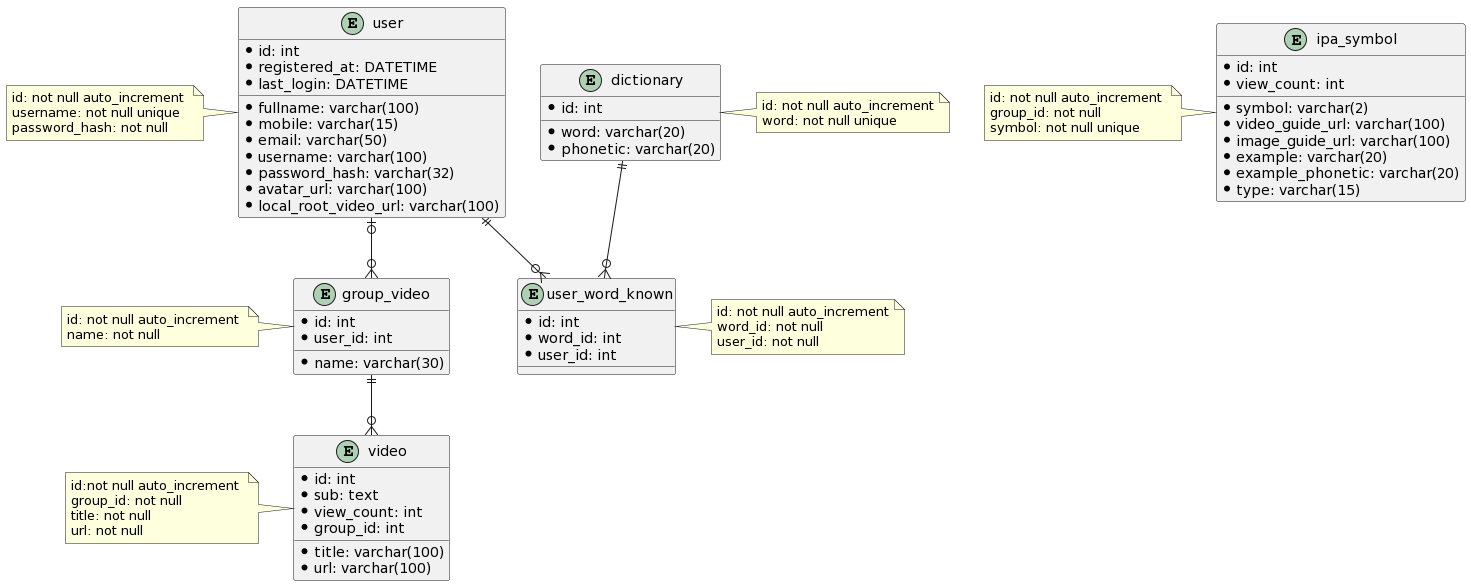
quynhphungvn/self-management keeps this PlantUML diagram as design/docs/db/entity.png. Above is the earlier version.
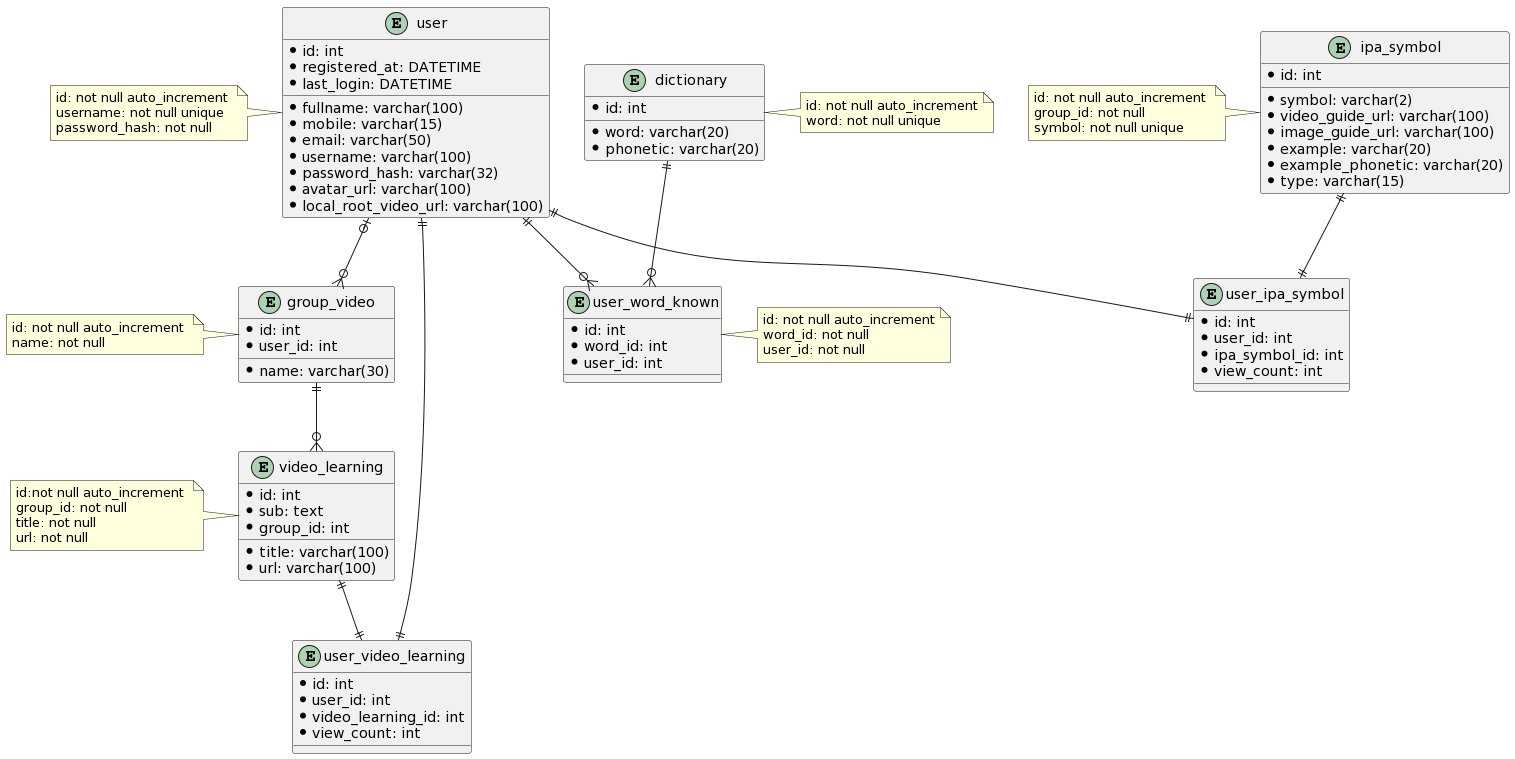
After the commit.

Change to the diagram source:
```diff
@@ -1,9 +1,8 @@
 @startuml
-entity video {
+entity video_learning {
 *id: int
 *title: varchar(100)
 *sub: text
-*view_count: int
 *url: varchar(100)
 *group_id: int
 }
@@ -24,6 +23,18 @@
 *avatar_url: varchar(100)
 *local_root_video_url: varchar(100)
 }
+entity user_ipa_symbol {
+*id: int
+*user_id: int
+*ipa_symbol_id: int
+*view_count: int
+}
+entity user_video_learning {
+*id: int
+*user_id: int
+*video_learning_id: int
+*view_count: int
+}
 entity dictionary {
 *id: int
 *word: varchar(20)
@@ -42,19 +53,21 @@
 *example: varchar(20)
 *example_phonetic: varchar(20)
 *type: varchar(15)
-*view_count: int
 }
 user |o--o{ group_video
 user ||--o{ user_word_known
+user ||--|| user_ipa_symbol
+user ||--|| user_video_learning
+ipa_symbol ||--|| user_ipa_symbol
 dictionary ||--o{ user_word_known
-group_video ||--o{ video
-
+group_video ||--o{ video_learning
+video_learning ||--|| user_video_learning
 note left of user
  id: not null auto_increment
  username: not null unique
  password_hash: not null
 end note
-note left of video
+note left of video_learning
  id:not null auto_increment
  group_id: not null
  title: not null
```
